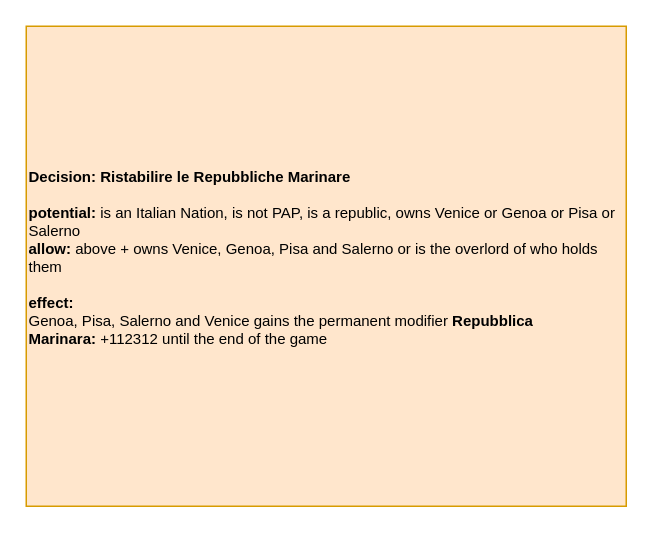
The draw.io diagram page "Decision" (4 of 4) of It's Spaghetti Time/It's Spaghetti Time.drawio in Melvasul/Missions-Expanded, before the edit. Source tidied: cells renumbered, new cells numbered last; positions are measured from the earlier drawing's top-left corner, leaving out a move shared by most shapes. Both pictures are drawn from the tidied source at 150%, with x=0, y=0 at pixel (26, 26).
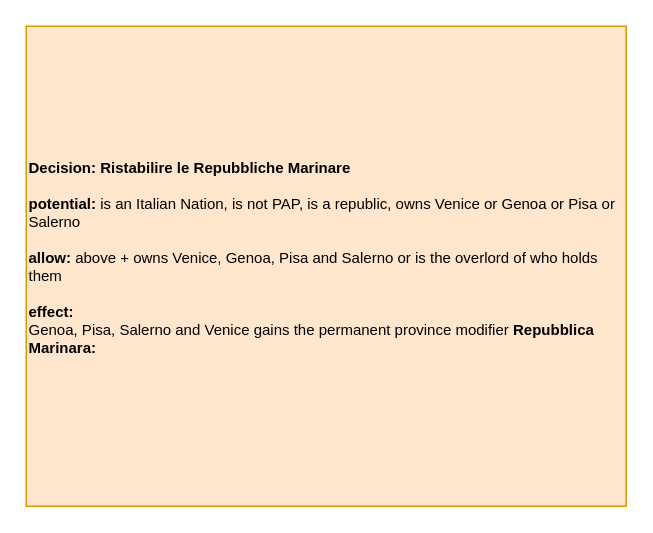
The same diagram, later.

Change to the diagram source:
```diff
@@
 <mxGraphModel>
   <root>
     <mxCell id="0" />
     <mxCell id="1" parent="0" />
-    <mxCell id="2" value="&lt;div style=&quot;font-size: 10px;&quot; align=&quot;left&quot;&gt;&lt;b style=&quot;font-size: 10px;&quot;&gt;Decision: Ristabilire le Repubbliche Marinare&lt;/b&gt;&lt;/div&gt;&lt;div style=&quot;font-size: 10px;&quot; align=&quot;left&quot;&gt;&lt;br style=&quot;font-size: 10px;&quot;&gt;&lt;/div&gt;&lt;div style=&quot;font-size: 10px;&quot; align=&quot;left&quot;&gt;&lt;b style=&quot;font-size: 10px;&quot;&gt;potential: &lt;/b&gt;is an Italian Nation, is not PAP, is a republic, owns Venice or Genoa or Pisa or Salerno&lt;/div&gt;&lt;div style=&quot;font-size: 10px;&quot; align=&quot;left&quot;&gt;&lt;b style=&quot;font-size: 10px;&quot;&gt;allow:&lt;/b&gt;&amp;nbsp;above + owns Venice, Genoa, Pisa and Salerno or is the overlord of who holds them&lt;/div&gt;&lt;div style=&quot;font-size: 10px;&quot; align=&quot;left&quot;&gt;&lt;br style=&quot;font-size: 10px;&quot;&gt;&lt;/div&gt;&lt;div style=&quot;font-size: 10px;&quot; align=&quot;left&quot;&gt;&lt;b style=&quot;font-size: 10px;&quot;&gt;effect:&lt;/b&gt;&lt;/div&gt;&lt;div style=&quot;font-size: 10px;&quot; align=&quot;left&quot;&gt;Genoa, Pisa, Salerno and Venice gains the permanent modifier&amp;nbsp;&lt;b style=&quot;font-size: 10px;&quot;&gt;Repubblica Marinara:&lt;/b&gt;&amp;nbsp;+112312 until the end of the game&lt;/div&gt;&lt;div style=&quot;font-size: 10px;&quot; align=&quot;left&quot;&gt;&lt;br style=&quot;font-size: 10px;&quot;&gt;&lt;/div&gt;" style="rounded=0;whiteSpace=wrap;html=1;align=left;fontSize=10;fillColor=#ffe6cc;strokeColor=#d79b00;" parent="1" vertex="1">
+    <mxCell id="2" value="&lt;div style=&quot;font-size: 10px&quot; align=&quot;left&quot;&gt;&lt;b style=&quot;font-size: 10px&quot;&gt;Decision: Ristabilire le Repubbliche Marinare&lt;/b&gt;&lt;/div&gt;&lt;div style=&quot;font-size: 10px&quot; align=&quot;left&quot;&gt;&lt;br style=&quot;font-size: 10px&quot;&gt;&lt;/div&gt;&lt;div style=&quot;font-size: 10px&quot; align=&quot;left&quot;&gt;&lt;b style=&quot;font-size: 10px&quot;&gt;potential: &lt;/b&gt;is an Italian Nation, is not PAP, is a republic, owns Venice or Genoa or Pisa or Salerno&lt;/div&gt;&lt;div style=&quot;font-size: 10px&quot; align=&quot;left&quot;&gt;&lt;br&gt;&lt;/div&gt;&lt;div style=&quot;font-size: 10px&quot; align=&quot;left&quot;&gt;&lt;b style=&quot;font-size: 10px&quot;&gt;allow:&lt;/b&gt;&amp;nbsp;above + owns Venice, Genoa, Pisa and Salerno or is the overlord of who holds them&lt;/div&gt;&lt;div style=&quot;font-size: 10px&quot; align=&quot;left&quot;&gt;&lt;br style=&quot;font-size: 10px&quot;&gt;&lt;/div&gt;&lt;div style=&quot;font-size: 10px&quot; align=&quot;left&quot;&gt;&lt;b style=&quot;font-size: 10px&quot;&gt;effect:&lt;/b&gt;&lt;/div&gt;&lt;div style=&quot;font-size: 10px&quot; align=&quot;left&quot;&gt;Genoa, Pisa, Salerno and Venice gains the permanent province modifier&amp;nbsp;&lt;b style=&quot;font-size: 10px&quot;&gt;Repubblica Marinara:&lt;/b&gt;&amp;nbsp;&lt;/div&gt;&lt;div style=&quot;font-size: 10px&quot; align=&quot;left&quot;&gt;&lt;br style=&quot;font-size: 10px&quot;&gt;&lt;/div&gt;" style="rounded=0;whiteSpace=wrap;html=1;align=left;fontSize=10;fillColor=#ffe6cc;strokeColor=#d79b00;" parent="1" vertex="1">
       <mxGeometry width="400" height="320" as="geometry" />
     </mxCell>
   </root>
 </mxGraphModel>
```
